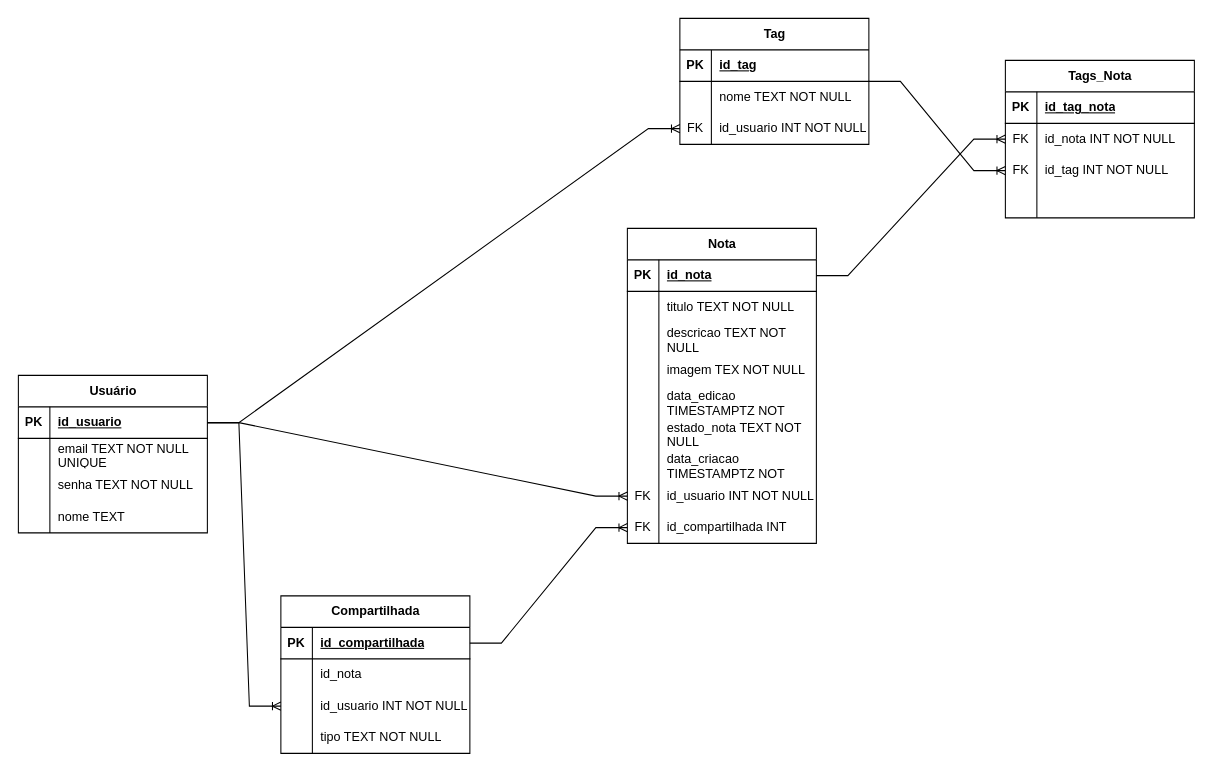
felipe4601/ProjetoSenai_Notes keeps this draw.io diagram as backEnd/Modelagem Banco de Dados/Modelagem de Banco de Dados.drawio. Above is the earlier version. Source tidied: cells renumbered, new cells numbered last; positions are measured from the earlier drawing's top-left corner, leaving out a move shared by most shapes. Both pictures are drawn from the tidied source at 105%, with x=0, y=0 at pixel (18, 18).
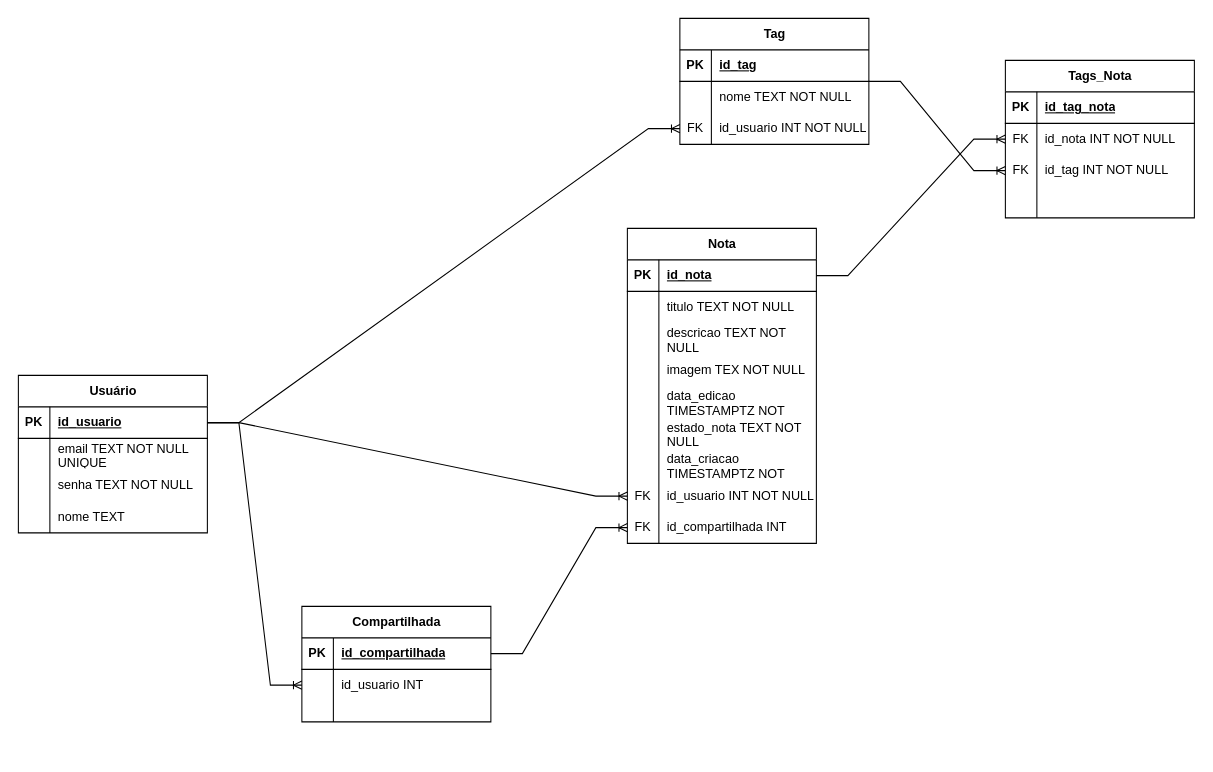
Above is the later version.

The change refers to these unchanged cells:
```xml
<mxCell id="3" style="shape=tableRow;horizontal=0;startSize=0;swimlaneHead=0;swimlaneBody=0;fillColor=none;points=[[0,0.5],[1,0.5]];portConstraint=eastwest;top=0;left=0;right=0;bottom=1;" parent="2" vertex="1">
  <mxGeometry y="30" width="180" height="30" as="geometry" />
</mxCell>
<mxCell id="37" style="shape=tableRow;horizontal=0;startSize=0;swimlaneHead=0;swimlaneBody=0;fillColor=none;points=[[0,0.5],[1,0.5]];portConstraint=eastwest;top=0;left=0;right=0;bottom=0;" parent="15" vertex="1">
  <mxGeometry y="240" width="180" height="30" as="geometry" />
</mxCell>
<mxCell id="40" style="shape=tableRow;horizontal=0;startSize=0;swimlaneHead=0;swimlaneBody=0;fillColor=none;points=[[0,0.5],[1,0.5]];portConstraint=eastwest;top=0;left=0;right=0;bottom=0;" parent="15" vertex="1">
  <mxGeometry y="270" width="180" height="30" as="geometry" />
</mxCell>
<mxCell id="70" style="shape=tableRow;horizontal=0;startSize=0;swimlaneHead=0;swimlaneBody=0;fillColor=none;points=[[0,0.5],[1,0.5]];portConstraint=eastwest;top=0;left=0;right=0;bottom=1;" parent="69" vertex="1">
  <mxGeometry y="30" width="180" height="30" as="geometry" />
</mxCell>
```

Change to the diagram source:
```diff
@@
+    <mxCell id="82" style="edgeStyle=entityRelationEdgeStyle;fontSize=12;html=1;endArrow=ERoneToMany;rounded=0;entryX=0;entryY=0.5;entryDx=0;entryDy=0;exitX=1;exitY=0.5;exitDx=0;exitDy=0;" parent="1" edge="1" source="3" target="76">
+      <mxGeometry relative="1" as="geometry" />
+    </mxCell>
+    <mxCell id="83" style="edgeStyle=entityRelationEdgeStyle;fontSize=12;html=1;endArrow=ERoneToMany;rounded=0;exitX=1;exitY=0.5;exitDx=0;exitDy=0;entryX=0;entryY=0.5;entryDx=0;entryDy=0;" parent="1" edge="1" source="3" target="37">
+      <mxGeometry relative="1" as="geometry">
+        <Array as="points">
+          <mxPoint x="250" y="380" />
+          <mxPoint x="200" y="350" />
+        </Array>
+      </mxGeometry>
+    </mxCell>
+    <mxCell id="84" style="edgeStyle=entityRelationEdgeStyle;fontSize=12;html=1;endArrow=ERoneToMany;rounded=0;exitX=1;exitY=0.5;exitDx=0;exitDy=0;entryX=0;entryY=0.5;entryDx=0;entryDy=0;" parent="1" edge="1" source="70" target="40">
+      <mxGeometry relative="1" as="geometry" />
+    </mxCell>
     <mxCell id="69" value="Compartilhada" style="shape=table;startSize=30;childLayout=tableLayout;rowLines=0;fontStyle=1;align=center;html=1;" parent="1" vertex="1">
-      <mxGeometry x="250" y="550" width="180" height="150" as="geometry" />
+      <mxGeometry x="270" y="560" width="180" height="110" as="geometry" />
     </mxCell>
@@
-    <mxCell id="73" style="shape=tableRow;horizontal=0;startSize=0;swimlaneHead=0;swimlaneBody=0;fillColor=none;top=0;left=0;right=0;bottom=0;" parent="69" vertex="1">
-      <mxGeometry y="60" width="180" height="30" as="geometry" />
-    </mxCell>
-    <mxCell id="74" style="shape=partialRectangle;fillColor=none;top=0;left=0;bottom=0;right=0;overflow=hidden;whiteSpace=wrap;html=1;" parent="73" vertex="1">
-      <mxGeometry width="30" height="30" as="geometry" />
-    </mxCell>
-    <mxCell id="75" value="id_nota&amp;nbsp;" style="shape=partialRectangle;fillColor=none;top=0;left=0;bottom=0;right=0;align=left;spacingLeft=6;overflow=hidden;whiteSpace=wrap;html=1;" parent="73" vertex="1">
-      <mxGeometry x="30" width="150" height="30" as="geometry" />
-    </mxCell>
     <mxCell id="76" style="shape=tableRow;horizontal=0;startSize=0;swimlaneHead=0;swimlaneBody=0;fillColor=none;points=[[0,0.5],[1,0.5]];portConstraint=eastwest;top=0;left=0;right=0;bottom=0;" parent="69" vertex="1">
-      <mxGeometry y="90" width="180" height="30" as="geometry" />
+      <mxGeometry y="60" width="180" height="30" as="geometry" />
     </mxCell>
@@
-    <mxCell id="78" value="id_usuario INT NOT NULL" style="shape=partialRectangle;fillColor=none;top=0;left=0;bottom=0;right=0;align=left;spacingLeft=6;overflow=hidden;whiteSpace=wrap;html=1;" parent="76" vertex="1">
+    <mxCell id="78" value="id_usuario INT" style="shape=partialRectangle;fillColor=none;top=0;left=0;bottom=0;right=0;align=left;spacingLeft=6;overflow=hidden;whiteSpace=wrap;html=1;" parent="76" vertex="1">
       <mxGeometry x="30" width="150" height="30" as="geometry" />
     </mxCell>
     <mxCell id="79" style="shape=tableRow;horizontal=0;startSize=0;swimlaneHead=0;swimlaneBody=0;fillColor=none;top=0;left=0;right=0;bottom=0;" parent="69" vertex="1">
-      <mxGeometry y="120" width="180" height="30" as="geometry" />
+      <mxGeometry y="90" width="180" height="20" as="geometry" />
     </mxCell>
     <mxCell id="80" style="shape=partialRectangle;fillColor=none;top=0;left=0;bottom=0;right=0;overflow=hidden;whiteSpace=wrap;html=1;" parent="79" vertex="1">
-      <mxGeometry width="30" height="30" as="geometry" />
+      <mxGeometry width="30" height="20" as="geometry" />
     </mxCell>
-    <mxCell id="81" value="tipo TEXT NOT NULL" style="shape=partialRectangle;fillColor=none;top=0;left=0;bottom=0;right=0;align=left;spacingLeft=6;overflow=hidden;whiteSpace=wrap;html=1;" parent="79" vertex="1">
-      <mxGeometry x="30" width="150" height="30" as="geometry" />
+    <mxCell id="81" style="shape=partialRectangle;fillColor=none;top=0;left=0;bottom=0;right=0;align=left;spacingLeft=6;overflow=hidden;whiteSpace=wrap;html=1;" parent="79" vertex="1">
+      <mxGeometry x="30" width="150" height="20" as="geometry" />
     </mxCell>
-    <mxCell id="82" style="edgeStyle=entityRelationEdgeStyle;fontSize=12;html=1;endArrow=ERoneToMany;rounded=0;entryX=0;entryY=0.5;entryDx=0;entryDy=0;exitX=1;exitY=0.5;exitDx=0;exitDy=0;" parent="1" edge="1" source="3" target="76">
-      <mxGeometry relative="1" as="geometry" />
-    </mxCell>
-    <mxCell id="83" style="edgeStyle=entityRelationEdgeStyle;fontSize=12;html=1;endArrow=ERoneToMany;rounded=0;exitX=1;exitY=0.5;exitDx=0;exitDy=0;entryX=0;entryY=0.5;entryDx=0;entryDy=0;" parent="1" edge="1" source="3" target="37">
-      <mxGeometry relative="1" as="geometry">
-        <Array as="points">
-          <mxPoint x="250" y="380" />
-          <mxPoint x="200" y="350" />
-        </Array>
-      </mxGeometry>
-    </mxCell>
-    <mxCell id="84" style="edgeStyle=entityRelationEdgeStyle;fontSize=12;html=1;endArrow=ERoneToMany;rounded=0;exitX=1;exitY=0.5;exitDx=0;exitDy=0;entryX=0;entryY=0.5;entryDx=0;entryDy=0;" parent="1" edge="1" source="70" target="40">
-      <mxGeometry relative="1" as="geometry" />
-    </mxCell>
```
